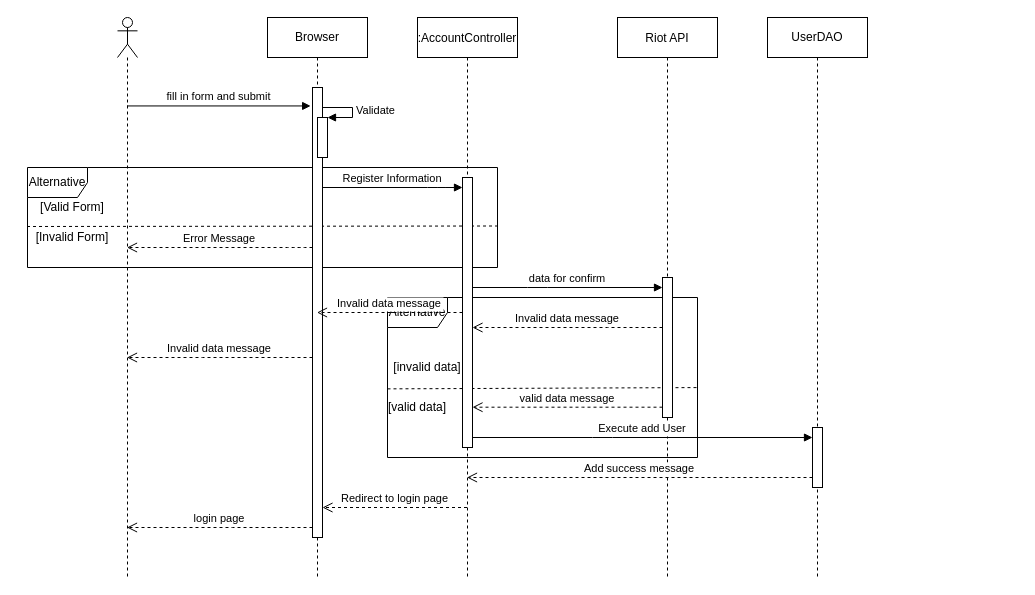
Before: Documentation/Diagrams/Sequence-Diagram/Register.drawio in DavidDoanT/Project_DuoLegend, a draw.io diagram. Source tidied: cells renumbered, new cells numbered last; positions are measured from the earlier drawing's top-left corner, leaving out a move shared by most shapes. Both pictures are drawn from the tidied source at 100%, with x=0, y=0 at pixel (17, 17).
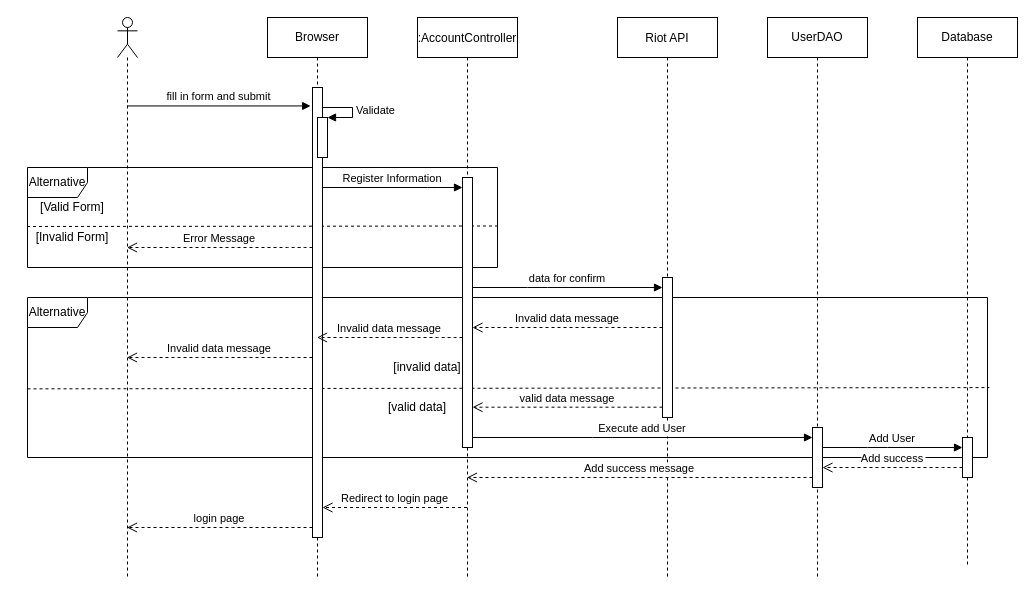
The same page after the edit.

The change refers to these unchanged cells:
```xml
<mxCell id="7" style="points=[];perimeter=orthogonalPerimeter;rounded=0;shadow=0;strokeWidth=1;" parent="6" vertex="1">
  <mxGeometry x="45" y="160" width="10" height="270" as="geometry" />
</mxCell>
<mxCell id="12" value="Browser" style="shape=umlLifeline;perimeter=lifelinePerimeter;whiteSpace=wrap;html=1;outlineConnect=0;" parent="1" vertex="1">
  <mxGeometry x="250" width="100" height="560" as="geometry" />
</mxCell>
<mxCell id="28" style="html=1;points=[];perimeter=orthogonalPerimeter;" parent="27" vertex="1">
  <mxGeometry x="45" y="410" width="10" height="60" as="geometry" />
</mxCell>
```

Change to the diagram source:
```diff
@@
     <mxCell id="4" value="Alternative" style="shape=umlFrame;whiteSpace=wrap;html=1;width=60;height=30;" parent="1" vertex="1">
-      <mxGeometry x="370" y="280" width="310" height="160" as="geometry" />
+      <mxGeometry x="10" y="280" width="960" height="160" as="geometry" />
     </mxCell>
@@
     <mxCell id="23" value="Invalid data message" style="verticalAlign=bottom;endArrow=open;dashed=1;endSize=8;shadow=0;strokeWidth=1;" parent="1" edge="1" source="7" target="12">
-      <mxGeometry relative="1" as="geometry" />
+      <mxGeometry relative="1" as="geometry">
+        <Array as="points">
+          <mxPoint x="430" y="320" />
+        </Array>
+      </mxGeometry>
     </mxCell>
@@
+    <mxCell id="33" value="Database" style="shape=umlLifeline;perimeter=lifelinePerimeter;whiteSpace=wrap;html=1;" parent="1" vertex="1">
+      <mxGeometry x="900" width="100" height="550" as="geometry" />
+    </mxCell>
+    <mxCell id="34" style="html=1;points=[];perimeter=orthogonalPerimeter;" parent="33" vertex="1">
+      <mxGeometry x="45" y="420" width="10" height="40" as="geometry" />
+    </mxCell>
+    <mxCell id="35" value="Add User" style="verticalAlign=bottom;endArrow=block;shadow=0;strokeWidth=1;" parent="1" edge="1" source="28" target="34">
+      <mxGeometry relative="1" as="geometry">
+        <Array as="points">
+          <mxPoint x="860" y="430" />
+        </Array>
+      </mxGeometry>
+    </mxCell>
+    <mxCell id="36" value="Add success" style="verticalAlign=bottom;endArrow=open;dashed=1;endSize=8;shadow=0;strokeWidth=1;" parent="1" edge="1" source="34" target="28">
+      <mxGeometry relative="1" as="geometry">
+        <Array as="points">
+          <mxPoint x="915.2" y="450" />
+        </Array>
+      </mxGeometry>
+    </mxCell>
```
